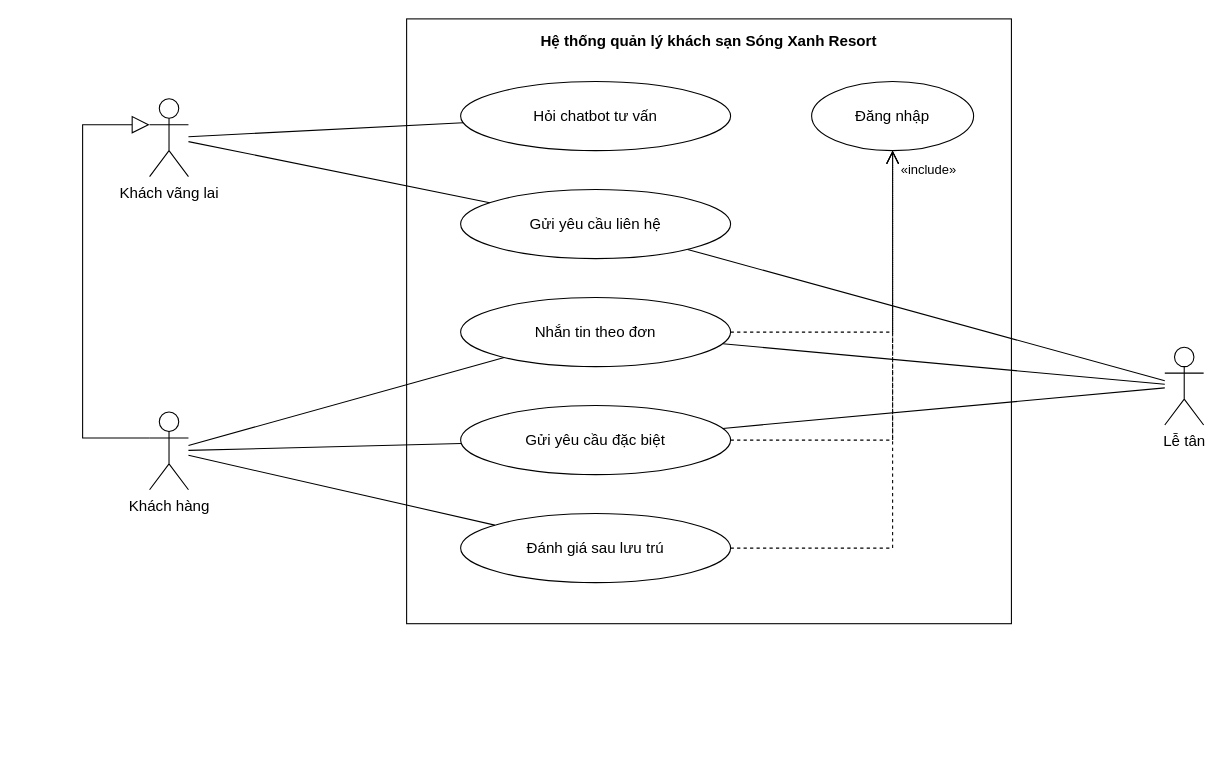
This is docs/use-case/uc8-cham-soc-khach.drawio from ngynquchn2511/beach-hotel, a draw.io file, before an edit. Source tidied: cells renumbered, new cells numbered last; positions are measured from the earlier drawing's top-left corner, leaving out a move shared by most shapes. Both pictures are drawn from the tidied source at 108%, with x=0, y=0 at pixel (82, 18).
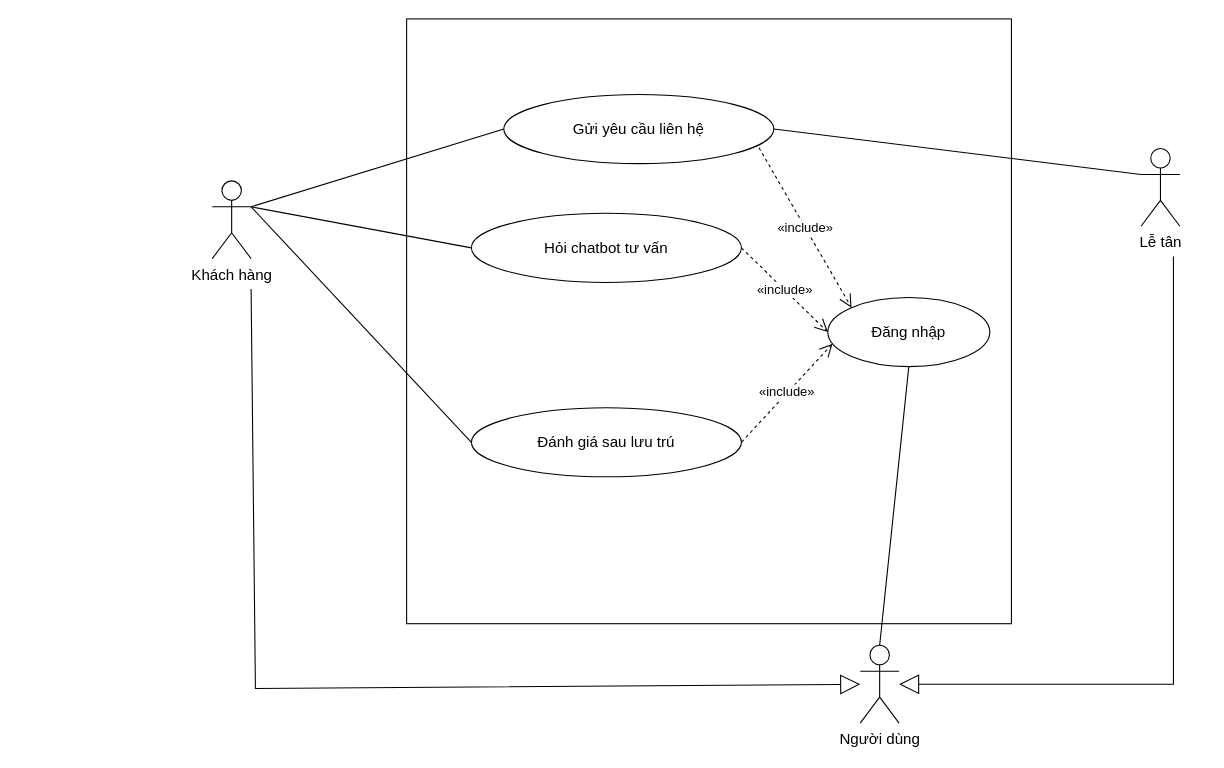
Above is the later version.

The edit, as a diff of the source:
```diff
@@
-    <mxCell id="2" value="Hệ thống quản lý khách sạn Sóng Xanh Resort" style="fontFamily=Arial;fontColor=#000000;rounded=0;whiteSpace=wrap;html=1;verticalAlign=top;fontStyle=1;fontSize=14;fillColor=none;strokeColor=#000000;spacingTop=6;" parent="1" vertex="1">
+    <mxCell id="2" style="fontFamily=Arial;fontColor=#000000;rounded=0;whiteSpace=wrap;html=1;verticalAlign=top;fontStyle=1;fontSize=14;fillColor=none;strokeColor=#000000;spacingTop=6;" parent="1" vertex="1">
       <mxGeometry x="300" width="560" height="560" as="geometry" />
     </mxCell>
     <mxCell id="3" value="Hỏi chatbot tư vấn" style="fontFamily=Arial;fontColor=#000000;ellipse;whiteSpace=wrap;html=1;fillColor=#FFFFFF;strokeColor=#000000;fontSize=14;" parent="1" vertex="1">
-      <mxGeometry x="350" y="58" width="250" height="64" as="geometry" />
+      <mxGeometry x="360" y="180" width="250" height="64" as="geometry" />
     </mxCell>
     <mxCell id="4" value="Gửi yêu cầu liên hệ" style="fontFamily=Arial;fontColor=#000000;ellipse;whiteSpace=wrap;html=1;fillColor=#FFFFFF;strokeColor=#000000;fontSize=14;" parent="1" vertex="1">
-      <mxGeometry x="350" y="158" width="250" height="64" as="geometry" />
+      <mxGeometry x="390" y="70" width="250" height="64" as="geometry" />
     </mxCell>
-    <mxCell id="5" value="Nhắn tin theo đơn" style="fontFamily=Arial;fontColor=#000000;ellipse;whiteSpace=wrap;html=1;fillColor=#FFFFFF;strokeColor=#000000;fontSize=14;" parent="1" vertex="1">
-      <mxGeometry x="350" y="258" width="250" height="64" as="geometry" />
-    </mxCell>
-    <mxCell id="6" value="Gửi yêu cầu đặc biệt" style="fontFamily=Arial;fontColor=#000000;ellipse;whiteSpace=wrap;html=1;fillColor=#FFFFFF;strokeColor=#000000;fontSize=14;" parent="1" vertex="1">
-      <mxGeometry x="350" y="358" width="250" height="64" as="geometry" />
-    </mxCell>
     <mxCell id="7" value="Đánh giá sau lưu trú" style="fontFamily=Arial;fontColor=#000000;ellipse;whiteSpace=wrap;html=1;fillColor=#FFFFFF;strokeColor=#000000;fontSize=14;" parent="1" vertex="1">
-      <mxGeometry x="350" y="458" width="250" height="64" as="geometry" />
+      <mxGeometry x="360" y="360" width="250" height="64" as="geometry" />
     </mxCell>
     <mxCell id="8" value="Đăng nhập" style="fontFamily=Arial;fontColor=#000000;ellipse;whiteSpace=wrap;html=1;fillColor=#FFFFFF;strokeColor=#000000;fontSize=14;" parent="1" vertex="1">
-      <mxGeometry x="675" y="58" width="150" height="64" as="geometry" />
+      <mxGeometry x="690" y="258" width="150" height="64" as="geometry" />
     </mxCell>
-    <mxCell id="9" style="fontFamily=Arial;fontColor=#000000;endArrow=open;endSize=10;dashed=1;html=1;strokeColor=#000000;rounded=0;fontSize=12;labelBackgroundColor=#FFFFFF;exitX=1;exitY=0.5;exitDx=0;exitDy=0;exitPerimeter=0;entryX=0.5;entryY=1;entryDx=0;entryDy=0;entryPerimeter=0;" parent="1" edge="1" source="5" target="8">
-      <mxGeometry relative="1" as="geometry">
-        <Array as="points">
-          <mxPoint x="750" y="290" />
-        </Array>
-      </mxGeometry>
-    </mxCell>
-    <mxCell id="10" style="fontFamily=Arial;fontColor=#000000;endArrow=open;endSize=10;dashed=1;html=1;strokeColor=#000000;rounded=0;fontSize=12;labelBackgroundColor=#FFFFFF;exitX=1;exitY=0.5;exitDx=0;exitDy=0;exitPerimeter=0;entryX=0.5;entryY=1;entryDx=0;entryDy=0;entryPerimeter=0;" parent="1" edge="1" source="6" target="8">
-      <mxGeometry relative="1" as="geometry">
-        <Array as="points">
-          <mxPoint x="750" y="390" />
-        </Array>
-      </mxGeometry>
-    </mxCell>
-    <mxCell id="11" style="fontFamily=Arial;fontColor=#000000;endArrow=open;endSize=10;dashed=1;html=1;strokeColor=#000000;rounded=0;fontSize=12;labelBackgroundColor=#FFFFFF;exitX=1;exitY=0.5;exitDx=0;exitDy=0;exitPerimeter=0;entryX=0.5;entryY=1;entryDx=0;entryDy=0;entryPerimeter=0;" parent="1" edge="1" source="7" target="8">
-      <mxGeometry relative="1" as="geometry">
-        <Array as="points">
-          <mxPoint x="750" y="490" />
-        </Array>
-      </mxGeometry>
-    </mxCell>
-    <mxCell id="12" value="«include»" style="fontFamily=Arial;fontColor=#000000;text;html=1;align=left;verticalAlign=middle;fontSize=12;strokeColor=none;fillColor=none;" parent="1" vertex="1">
-      <mxGeometry x="756" y="130" width="80" height="20" as="geometry" />
-    </mxCell>
-    <mxCell id="13" value="Khách vãng lai" style="fontFamily=Arial;fontColor=#000000;shape=umlActor;verticalLabelPosition=bottom;verticalAlign=top;html=1;outlineConnect=0;fillColor=#FFFFFF;strokeColor=#000000;fontSize=14;" parent="1" vertex="1">
-      <mxGeometry x="62" y="74" width="36" height="72" as="geometry" />
-    </mxCell>
     <mxCell id="14" value="Khách hàng" style="fontFamily=Arial;fontColor=#000000;shape=umlActor;verticalLabelPosition=bottom;verticalAlign=top;html=1;outlineConnect=0;fillColor=#FFFFFF;strokeColor=#000000;fontSize=14;" parent="1" vertex="1">
-      <mxGeometry x="62" y="364" width="36" height="72" as="geometry" />
+      <mxGeometry x="120" y="150" width="36" height="72" as="geometry" />
     </mxCell>
     <mxCell id="15" value="Lễ tân" style="fontFamily=Arial;fontColor=#000000;shape=umlActor;verticalLabelPosition=bottom;verticalAlign=top;html=1;outlineConnect=0;fillColor=#FFFFFF;strokeColor=#000000;fontSize=14;" parent="1" vertex="1">
-      <mxGeometry x="1002" y="304" width="36" height="72" as="geometry" />
+      <mxGeometry x="980" y="120" width="36" height="72" as="geometry" />
     </mxCell>
-    <mxCell id="16" style="fontFamily=Arial;fontColor=#000000;endArrow=none;html=1;strokeColor=#000000;rounded=0;" parent="1" edge="1" source="13" target="3">
+    <mxCell id="16" style="fontFamily=Arial;fontColor=#000000;endArrow=none;html=1;strokeColor=#000000;rounded=0;exitX=1;exitY=0.3333333333333333;exitDx=0;exitDy=0;exitPerimeter=0;entryX=0;entryY=0.5;entryDx=0;entryDy=0;" parent="1" edge="1" source="14" target="3">
       <mxGeometry relative="1" as="geometry" />
     </mxCell>
-    <mxCell id="17" style="fontFamily=Arial;fontColor=#000000;endArrow=none;html=1;strokeColor=#000000;rounded=0;" parent="1" edge="1" source="13" target="4">
+    <mxCell id="17" style="fontFamily=Arial;fontColor=#000000;endArrow=none;html=1;strokeColor=#000000;rounded=0;exitX=1;exitY=0.3333333333333333;exitDx=0;exitDy=0;exitPerimeter=0;entryX=0;entryY=0.5;entryDx=0;entryDy=0;" parent="1" edge="1" source="14" target="4">
       <mxGeometry relative="1" as="geometry" />
     </mxCell>
-    <mxCell id="18" style="fontFamily=Arial;fontColor=#000000;endArrow=none;html=1;strokeColor=#000000;rounded=0;" parent="1" edge="1" source="14" target="5">
-      <mxGeometry relative="1" as="geometry" />
-    </mxCell>
-    <mxCell id="19" style="fontFamily=Arial;fontColor=#000000;endArrow=none;html=1;strokeColor=#000000;rounded=0;" parent="1" edge="1" source="14" target="6">
-      <mxGeometry relative="1" as="geometry" />
-    </mxCell>
-    <mxCell id="20" style="fontFamily=Arial;fontColor=#000000;endArrow=none;html=1;strokeColor=#000000;rounded=0;" parent="1" edge="1" source="14" target="7">
+    <mxCell id="20" style="fontFamily=Arial;fontColor=#000000;endArrow=none;html=1;strokeColor=#000000;rounded=0;entryX=0;entryY=0.5;entryDx=0;entryDy=0;exitX=1;exitY=0.3333333333333333;exitDx=0;exitDy=0;exitPerimeter=0;" parent="1" edge="1" source="14" target="7">
       <mxGeometry relative="1" as="geometry" />
     </mxCell>
-    <mxCell id="21" style="fontFamily=Arial;fontColor=#000000;endArrow=none;html=1;strokeColor=#000000;rounded=0;" parent="1" edge="1" source="15" target="4">
+    <mxCell id="21" style="fontFamily=Arial;fontColor=#000000;endArrow=none;html=1;strokeColor=#000000;rounded=0;entryX=1;entryY=0.5;entryDx=0;entryDy=0;exitX=0;exitY=0.3333333333333333;exitDx=0;exitDy=0;exitPerimeter=0;" parent="1" edge="1" source="15" target="4">
       <mxGeometry relative="1" as="geometry" />
     </mxCell>
-    <mxCell id="22" style="fontFamily=Arial;fontColor=#000000;endArrow=none;html=1;strokeColor=#000000;rounded=0;" parent="1" edge="1" source="15" target="5">
-      <mxGeometry relative="1" as="geometry" />
-    </mxCell>
-    <mxCell id="23" style="fontFamily=Arial;fontColor=#000000;endArrow=none;html=1;strokeColor=#000000;rounded=0;" parent="1" edge="1" source="15" target="6">
-      <mxGeometry relative="1" as="geometry" />
-    </mxCell>
-    <mxCell id="24" style="fontFamily=Arial;fontColor=#000000;endArrow=block;endSize=14;endFill=0;html=1;strokeColor=#000000;rounded=0;exitX=0;exitY=0.333;exitDx=0;exitDy=0;exitPerimeter=0;entryX=0;entryY=0.333;entryDx=0;entryDy=0;entryPerimeter=0;" parent="1" edge="1" source="14" target="13">
-      <mxGeometry relative="1" as="geometry">
-        <Array as="points">
-          <mxPoint y="388" />
-          <mxPoint y="98" />
-        </Array>
-      </mxGeometry>
-    </mxCell>
+    <mxCell id="11" value="«include»" style="fontFamily=Arial;fontColor=#000000;endArrow=open;endSize=10;dashed=1;html=1;strokeColor=#000000;rounded=0;fontSize=12;labelBackgroundColor=#FFFFFF;exitX=1;exitY=0.5;exitDx=0;exitDy=0;entryX=0.029;entryY=0.669;entryDx=0;entryDy=0;entryPerimeter=0;" parent="1" edge="1" source="7" target="8">
+      <mxGeometry relative="1" as="geometry" />
+    </mxCell>
+    <mxCell id="25" value="Người dùng" style="fontFamily=Arial;fontColor=#000000;shape=umlActor;verticalLabelPosition=bottom;verticalAlign=top;html=1;outlineConnect=0;fillColor=#FFFFFF;strokeColor=#000000;fontSize=14;" parent="1" vertex="1">
+      <mxGeometry x="720" y="580" width="36" height="72" as="geometry" />
+    </mxCell>
+    <mxCell id="26" value=" " style="endArrow=block;endSize=16;endFill=0;html=1;rounded=0;" parent="1" edge="1" target="25">
+      <mxGeometry x="-0.43" y="-219" relative="1" as="geometry">
+        <mxPoint x="156" y="250" as="sourcePoint" />
+        <Array as="points">
+          <mxPoint x="160" y="620" />
+        </Array>
+        <mxPoint x="1" as="offset" />
+      </mxGeometry>
+    </mxCell>
+    <mxCell id="27" value=" " style="endArrow=block;endSize=16;endFill=0;html=1;rounded=0;" parent="1" edge="1" target="25">
+      <mxGeometry x="-0.24" y="-219" relative="1" as="geometry">
+        <mxPoint x="1010" y="220" as="sourcePoint" />
+        <Array as="points">
+          <mxPoint x="1010" y="616" />
+        </Array>
+        <mxPoint x="1" as="offset" />
+      </mxGeometry>
+    </mxCell>
+    <mxCell id="28" value="«include»" style="fontFamily=Arial;fontColor=#000000;endArrow=open;endSize=10;dashed=1;html=1;strokeColor=#000000;rounded=0;fontSize=12;labelBackgroundColor=#FFFFFF;exitX=1;exitY=0.5;exitDx=0;exitDy=0;entryX=0;entryY=0.5;entryDx=0;entryDy=0;" parent="1" edge="1" source="3" target="8">
+      <mxGeometry relative="1" as="geometry" />
+    </mxCell>
+    <mxCell id="29" value="«include»" style="fontFamily=Arial;fontColor=#000000;endArrow=open;endSize=10;dashed=1;html=1;strokeColor=#000000;rounded=0;fontSize=12;labelBackgroundColor=#FFFFFF;exitX=0.945;exitY=0.77;exitDx=0;exitDy=0;entryX=0;entryY=0;entryDx=0;entryDy=0;exitPerimeter=0;" parent="1" edge="1" source="4" target="8">
+      <mxGeometry relative="1" as="geometry" />
+    </mxCell>
+    <mxCell id="30" style="fontFamily=Arial;fontColor=#000000;endArrow=none;html=1;strokeColor=#000000;rounded=0;entryX=0.5;entryY=0;entryDx=0;entryDy=0;entryPerimeter=0;exitX=0.5;exitY=1;exitDx=0;exitDy=0;" parent="1" edge="1" source="8" target="25">
+      <mxGeometry relative="1" as="geometry" />
+    </mxCell>
```
